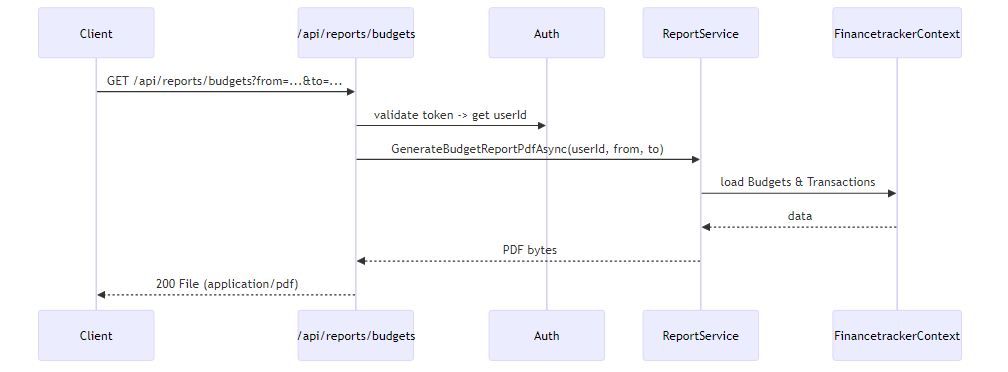
This is docs/sequence-diagrams/reports/diagrams/generate-report_1.png from cimpa2004/financeTracker, a Mermaid export, as it was before one commit. Its source is kept beside it as docs/sequence-diagrams/reports/diagrams/generate-report_1.mmd.
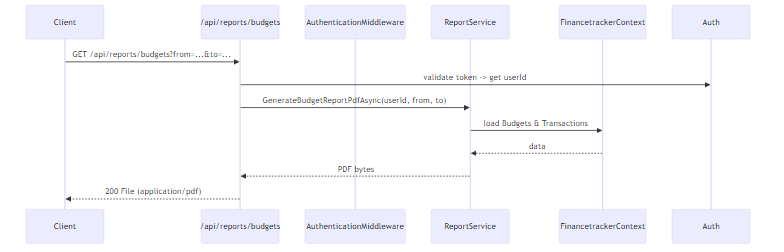
After the commit.

The edit, as a diff of the source:
```diff
@@ -1,7 +1,7 @@
 sequenceDiagram
     participant Client
     participant API as /api/reports/budgets
-    participant Auth
+    participant AuthenticationMiddleware
     participant Report as ReportService
     participant Db as FinancetrackerContext
 
```
